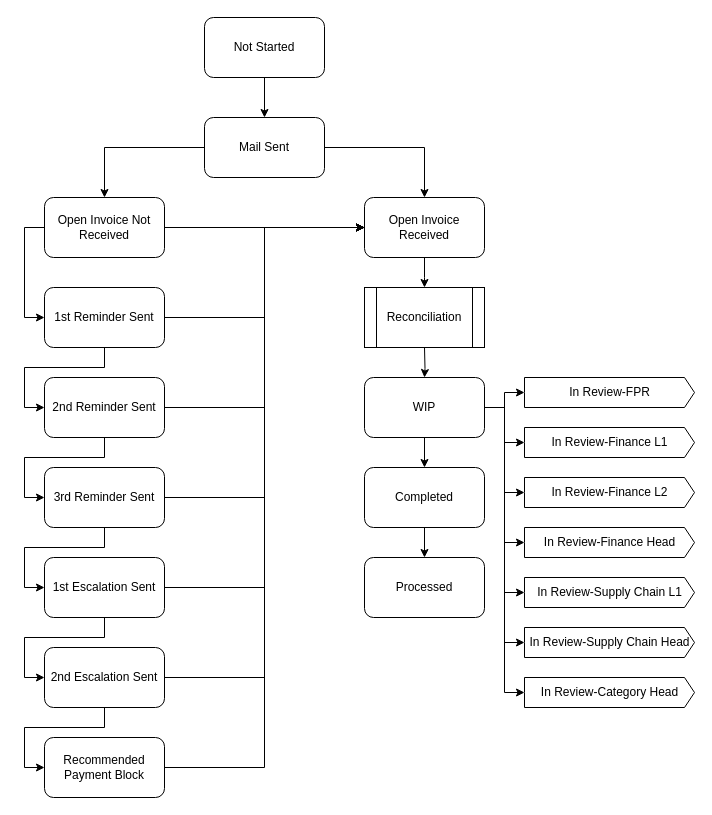
iamujjwalgupta/RPA_Projects keeps this draw.io diagram as Robot3_AutomationChallenge/Untitled Diagram.drawio. Above is the earlier version. Source tidied: cells renumbered, new cells numbered last; positions are measured from the earlier drawing's top-left corner, leaving out a move shared by most shapes. Both pictures are drawn from the tidied source at 100%, with x=0, y=0 at pixel (24, 17).
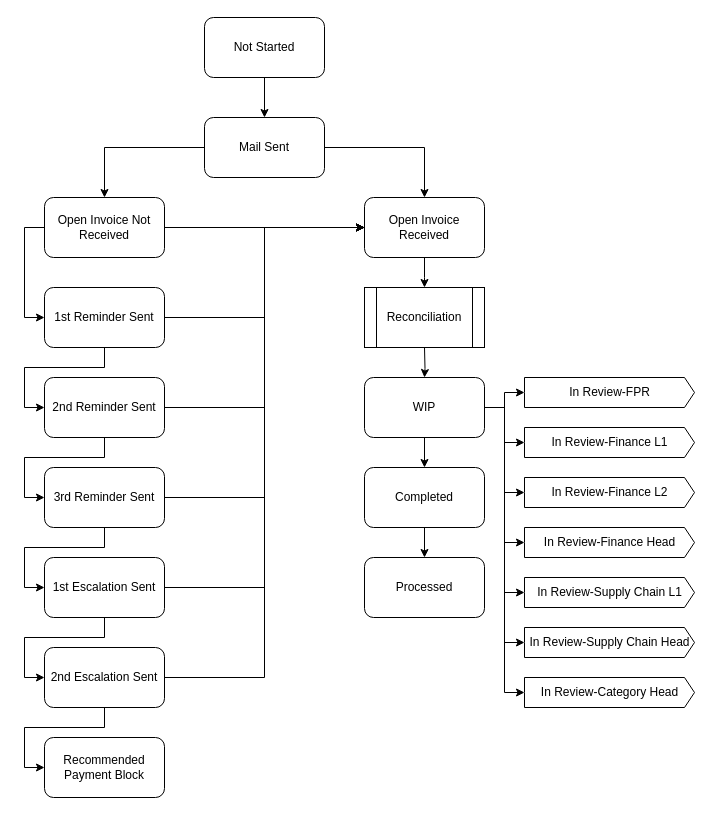
After the change.

Unchanged cells that the change refers to:
```xml
<mxCell id="8" value="Open Invoice Received" style="rounded=1;whiteSpace=wrap;html=1;" parent="1" vertex="1">
  <mxGeometry x="340" y="180" width="120" height="60" as="geometry" />
</mxCell>
<mxCell id="41" value="Recommended Payment Block" style="rounded=1;whiteSpace=wrap;html=1;" parent="1" vertex="1">
  <mxGeometry x="20" y="720" width="120" height="60" as="geometry" />
</mxCell>
```

What changed in the source:
```diff
@@
-    <mxCell id="40" style="edgeStyle=orthogonalEdgeStyle;rounded=0;jettySize=auto;html=1;entryX=0;entryY=0.5;entryDx=0;entryDy=0;" parent="1" edge="1" source="41" target="8">
-      <mxGeometry relative="1" as="geometry" />
-    </mxCell>
```
